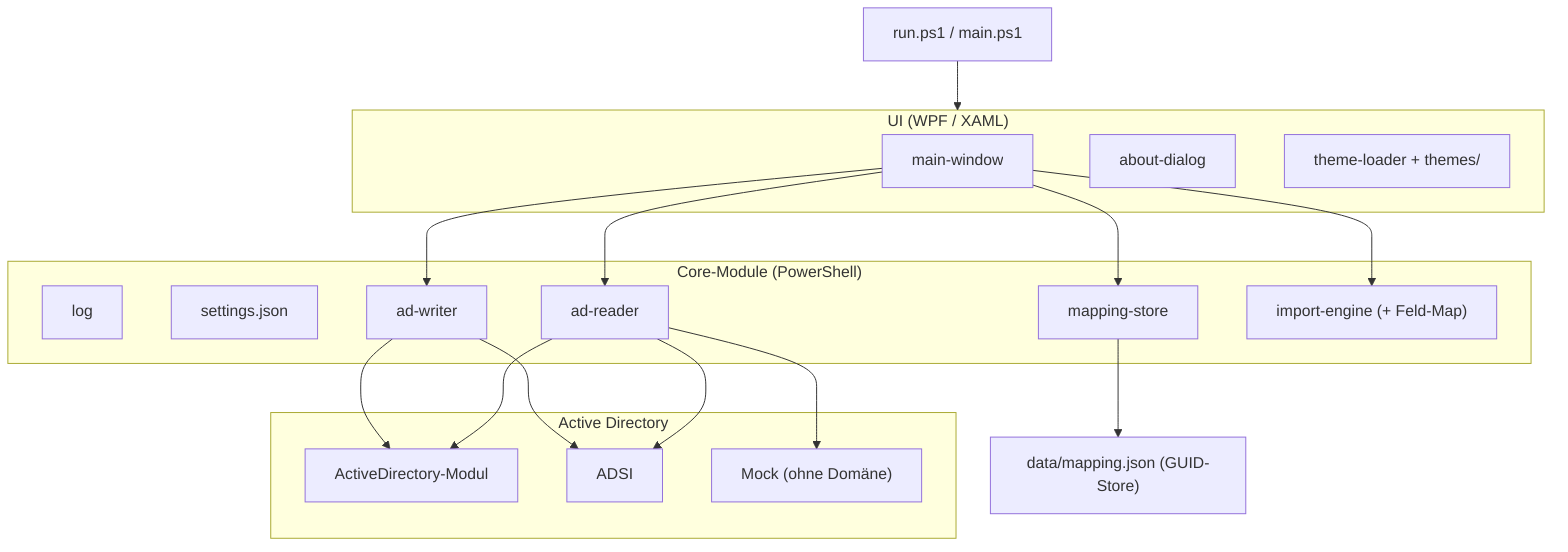
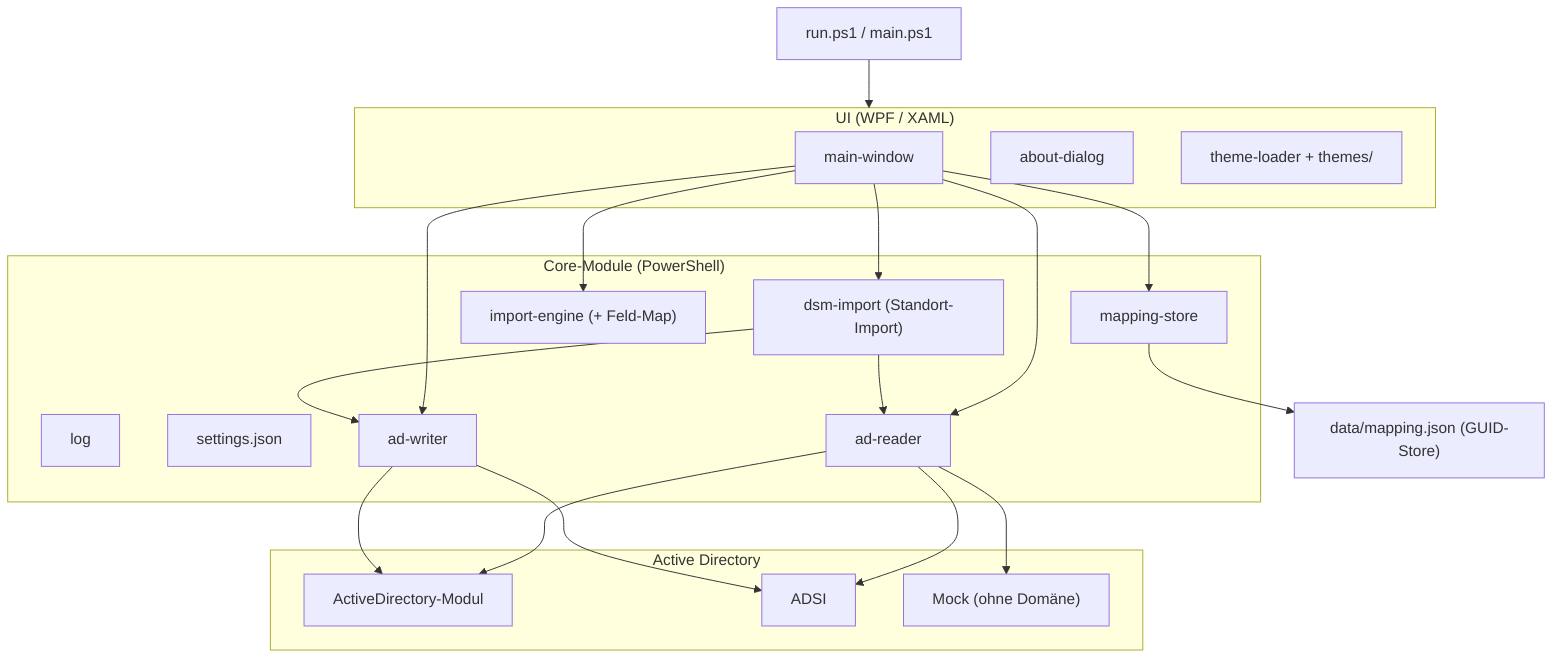
graph TD
  subgraph UI["UI (WPF / XAML)"]
    MW["main-window"]
    AB["about-dialog"]
    TL["theme-loader + themes/"]
  end
  subgraph CORE["Core-Module (PowerShell)"]
    LOG["log"]
    SET["settings.json"]
    AR["ad-reader"]
    AW["ad-writer"]
    MS["mapping-store"]
    IE["import-engine (+ Feld-Map)"]
+     DSM["dsm-import (Standort-Import)"]
  end
  subgraph AD["Active Directory"]
    MOD["ActiveDirectory-Modul"]
    ADSI["ADSI"]
    MOCK["Mock (ohne Domäne)"]
  end
  RUN["run.ps1 / main.ps1"] --> UI
  MW --> AR
  MW --> AW
  MW --> IE
  MW --> MS
+   MW --> DSM
+   DSM --> AR
+   DSM --> AW
  AR --> MOD
  AR --> ADSI
  AR --> MOCK
  AW --> MOD
  AW --> ADSI
  MS --> STORE["data/mapping.json (GUID-Store)"]
  classDef g fill:#1f7a4d,stroke:#12563a,color:#fff;
